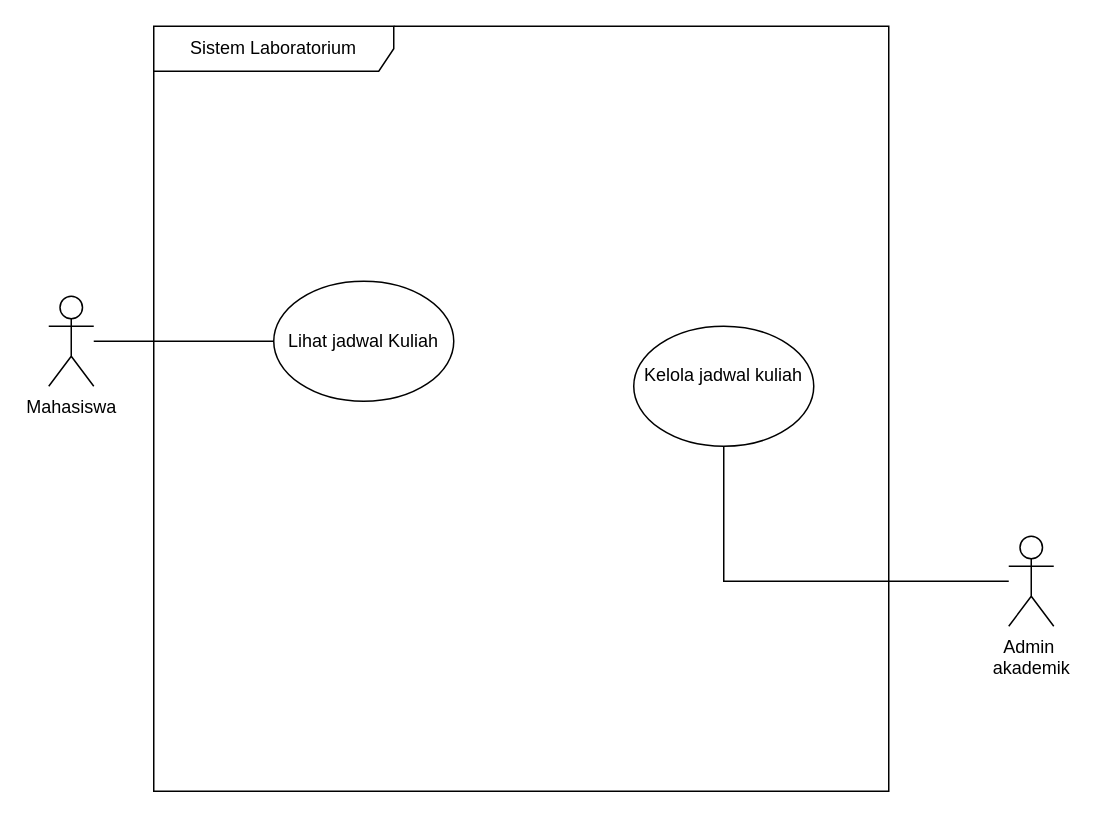
Above: 03_latihan_tools/P02/SIA/P02_2406002_SIA_notasi_v01.drawio..drawio (1).drawio in MuhammadYusufFaturahman-55/IFRWP5149_2406002_LabAlat (draw.io), before the change. Source tidied: cells renumbered, new cells numbered last; positions are measured from the earlier drawing's top-left corner, leaving out a move shared by most shapes. Both pictures are drawn from the tidied source at 150%, with x=0, y=0 at pixel (48, 26).
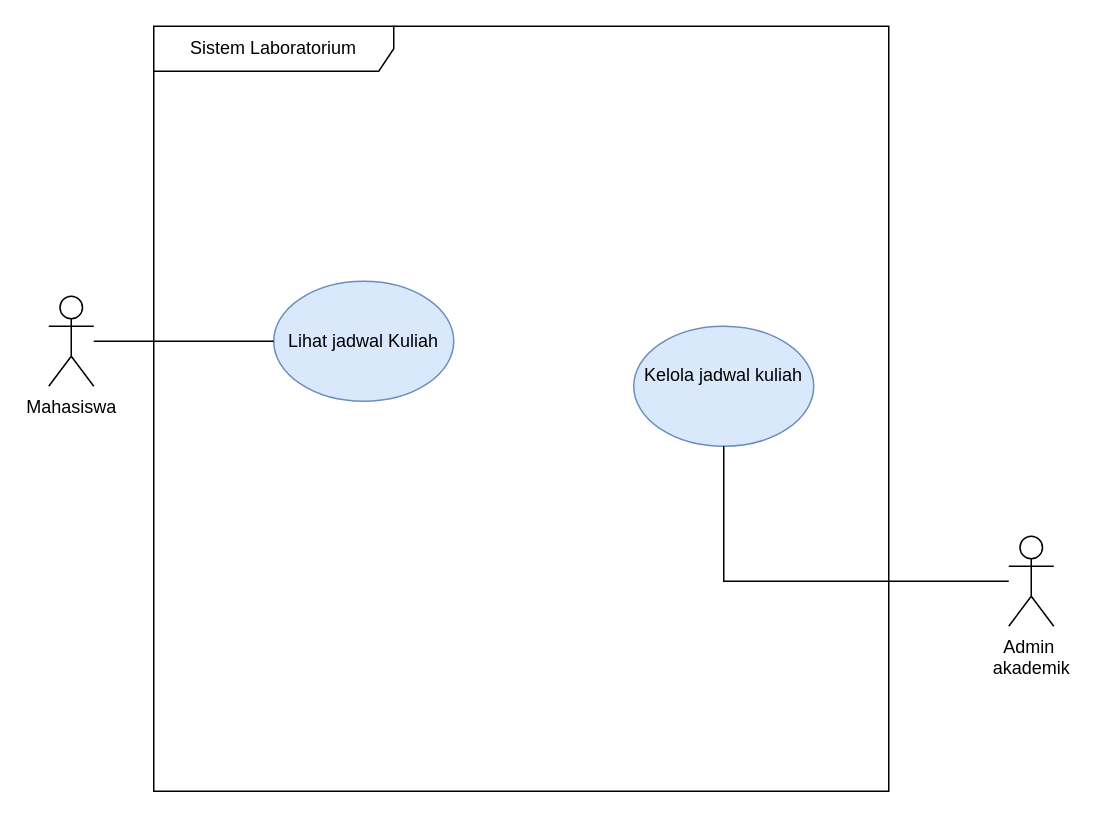
The same page after the edit.

What changed in the source:
```diff
@@
 <mxGraphModel>
   <root>
     <mxCell id="0" />
     <mxCell id="1" parent="0" />
     <mxCell id="2" value="&lt;font style=&quot;font-size: 12px;&quot;&gt;Sistem Laboratorium&lt;/font&gt;" style="shape=umlFrame;whiteSpace=wrap;html=1;width=160;height=30;fontSize=7;" parent="1" vertex="1">
       <mxGeometry x="70" width="490" height="510" as="geometry" />
     </mxCell>
-    <mxCell id="3" value="Kelola jadwal kuliah&lt;div&gt;&lt;br/&gt;&lt;/div&gt;" style="ellipse;whiteSpace=wrap;html=1;shapeInside=1;" parent="2" vertex="1">
+    <mxCell id="3" value="Kelola jadwal kuliah&lt;div&gt;&lt;br/&gt;&lt;/div&gt;" style="ellipse;whiteSpace=wrap;html=1;shapeInside=1;fillColor=#dae8fc;strokeColor=#6c8ebf;" parent="2" vertex="1">
       <mxGeometry x="320" y="200" width="120" height="80" as="geometry" />
     </mxCell>
-    <mxCell id="4" value="Lihat jadwal Kuliah" style="ellipse;whiteSpace=wrap;html=1;shapeInside=1;" parent="2" vertex="1">
+    <mxCell id="4" value="Lihat jadwal Kuliah" style="ellipse;whiteSpace=wrap;html=1;shapeInside=1;fillColor=#dae8fc;strokeColor=#6c8ebf;" parent="2" vertex="1">
       <mxGeometry x="80" y="170" width="120" height="80" as="geometry" />
     </mxCell>
     <mxCell id="5" style="edgeStyle=orthogonalEdgeStyle;rounded=0;jettySize=auto;html=1;endArrow=none;endFill=0;" parent="1" edge="1" source="6" target="3">
       <mxGeometry relative="1" as="geometry" />
     </mxCell>
     <mxCell id="6" value="Admin&amp;nbsp;&lt;br&gt;akademik" style="shape=umlActor;verticalLabelPosition=bottom;verticalAlign=top;html=1;" parent="1" vertex="1">
       <mxGeometry x="640" y="340" width="30" height="60" as="geometry" />
     </mxCell>
     <mxCell id="7" style="edgeStyle=orthogonalEdgeStyle;rounded=0;jettySize=auto;html=1;endArrow=none;endFill=0;entryX=0;entryY=0.5;entryDx=0;entryDy=0;" parent="1" edge="1" source="8" target="4">
       <mxGeometry relative="1" as="geometry" />
     </mxCell>
     <mxCell id="8" value="&lt;div&gt;Mahasiswa&lt;/div&gt;&lt;div&gt;&lt;br&gt;&lt;/div&gt;" style="shape=umlActor;verticalLabelPosition=bottom;verticalAlign=top;html=1;" parent="1" vertex="1">
       <mxGeometry y="180" width="30" height="60" as="geometry" />
     </mxCell>
   </root>
 </mxGraphModel>
```
